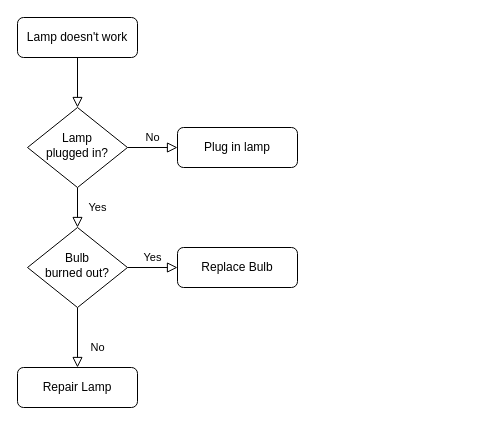
b3tcee/100-days-of-Code keeps this draw.io diagram as DayThree/Untitled Diagram.drawio. Above is the earlier version. Source tidied: cells renumbered, new cells numbered last; positions are measured from the earlier drawing's top-left corner, leaving out a move shared by most shapes. Both pictures are drawn from the tidied source at 100%, with x=0, y=0 at pixel (17, 17).
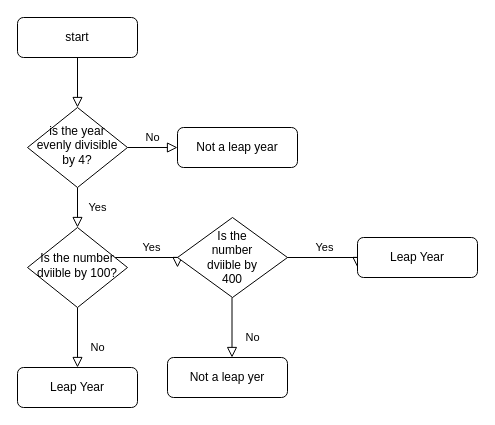
After the change.

What changed in the source:
```diff
@@
-    <mxCell id="3" value="Lamp doesn't work" style="rounded=1;whiteSpace=wrap;html=1;fontSize=12;glass=0;strokeWidth=1;shadow=0;" parent="1" vertex="1">
+    <mxCell id="3" value="start" style="rounded=1;whiteSpace=wrap;html=1;fontSize=12;glass=0;strokeWidth=1;shadow=0;" parent="1" vertex="1">
       <mxGeometry width="120" height="40" as="geometry" />
     </mxCell>
@@
-    <mxCell id="6" value="Lamp&lt;br&gt;plugged in?" style="rhombus;whiteSpace=wrap;html=1;shadow=0;fontFamily=Helvetica;fontSize=12;align=center;strokeWidth=1;spacing=6;spacingTop=-4;" parent="1" vertex="1">
+    <mxCell id="6" value="is the year evenly divisible by 4?" style="rhombus;whiteSpace=wrap;html=1;shadow=0;fontFamily=Helvetica;fontSize=12;align=center;strokeWidth=1;spacing=6;spacingTop=-4;" parent="1" vertex="1">
       <mxGeometry x="10" y="90" width="100" height="80" as="geometry" />
     </mxCell>
-    <mxCell id="7" value="Plug in lamp" style="rounded=1;whiteSpace=wrap;html=1;fontSize=12;glass=0;strokeWidth=1;shadow=0;" parent="1" vertex="1">
+    <mxCell id="7" value="Not a leap year" style="rounded=1;whiteSpace=wrap;html=1;fontSize=12;glass=0;strokeWidth=1;shadow=0;" parent="1" vertex="1">
       <mxGeometry x="160" y="110" width="120" height="40" as="geometry" />
     </mxCell>
@@
-    <mxCell id="9" value="Yes" style="edgeStyle=orthogonalEdgeStyle;rounded=0;html=1;jettySize=auto;fontSize=11;endArrow=block;endFill=0;endSize=8;strokeWidth=1;shadow=0;labelBackgroundColor=none;" parent="1" edge="1" source="10" target="12">
-      <mxGeometry y="10" relative="1" as="geometry" />
+    <mxCell id="9" value="Yes" style="edgeStyle=orthogonalEdgeStyle;rounded=0;html=1;jettySize=auto;fontSize=11;endArrow=block;endFill=0;endSize=8;strokeWidth=1;shadow=0;labelBackgroundColor=none;" parent="1" edge="1" source="10">
+      <mxGeometry y="10" relative="1" as="geometry">
+        <mxPoint x="160" y="250" as="targetPoint" />
+        <Array as="points">
+          <mxPoint x="90" y="240" />
+          <mxPoint x="90" y="240" />
+        </Array>
+      </mxGeometry>
     </mxCell>
-    <mxCell id="10" value="Bulb&lt;br&gt;burned out?" style="rhombus;whiteSpace=wrap;html=1;shadow=0;fontFamily=Helvetica;fontSize=12;align=center;strokeWidth=1;spacing=6;spacingTop=-4;" parent="1" vertex="1">
+    <mxCell id="10" value="Is the number dviible by 100?" style="rhombus;whiteSpace=wrap;html=1;shadow=0;fontFamily=Helvetica;fontSize=12;align=center;strokeWidth=1;spacing=6;spacingTop=-4;" parent="1" vertex="1">
       <mxGeometry x="10" y="210" width="100" height="80" as="geometry" />
     </mxCell>
-    <mxCell id="11" value="Repair Lamp" style="rounded=1;whiteSpace=wrap;html=1;fontSize=12;glass=0;strokeWidth=1;shadow=0;" parent="1" vertex="1">
+    <mxCell id="11" value="Leap Year" style="rounded=1;whiteSpace=wrap;html=1;fontSize=12;glass=0;strokeWidth=1;shadow=0;" parent="1" vertex="1">
       <mxGeometry y="350" width="120" height="40" as="geometry" />
     </mxCell>
-    <mxCell id="12" value="Replace Bulb" style="rounded=1;whiteSpace=wrap;html=1;fontSize=12;glass=0;strokeWidth=1;shadow=0;" parent="1" vertex="1">
-      <mxGeometry x="160" y="230" width="120" height="40" as="geometry" />
-    </mxCell>
+    <mxCell id="13" style="rhombus;whiteSpace=wrap;html=1;" parent="1" vertex="1">
+      <mxGeometry x="160" y="200" width="110" height="80" as="geometry" />
+    </mxCell>
+    <mxCell id="14" value="Is the number dviible by 400" style="text;html=1;strokeColor=none;fillColor=none;align=center;verticalAlign=middle;whiteSpace=wrap;rounded=0;" parent="1" vertex="1">
+      <mxGeometry x="185" y="225" width="60" height="30" as="geometry" />
+    </mxCell>
+    <mxCell id="15" value="No" style="rounded=0;html=1;jettySize=auto;orthogonalLoop=1;fontSize=11;endArrow=block;endFill=0;endSize=8;strokeWidth=1;shadow=0;labelBackgroundColor=none;edgeStyle=orthogonalEdgeStyle;" parent="1" edge="1">
+      <mxGeometry x="0.33" y="20" relative="1" as="geometry">
+        <mxPoint x="214.5" y="280" as="sourcePoint" />
+        <mxPoint x="214.5" y="340" as="targetPoint" />
+      </mxGeometry>
+    </mxCell>
+    <mxCell id="16" value="Not a leap yer" style="rounded=1;whiteSpace=wrap;html=1;fontSize=12;glass=0;strokeWidth=1;shadow=0;" parent="1" vertex="1">
+      <mxGeometry x="150" y="340" width="120" height="40" as="geometry" />
+    </mxCell>
+    <mxCell id="17" value="Yes" style="edgeStyle=orthogonalEdgeStyle;rounded=0;html=1;jettySize=auto;orthogonalLoop=1;fontSize=11;endArrow=block;endFill=0;endSize=8;strokeWidth=1;shadow=0;labelBackgroundColor=none;" parent="1" edge="1">
+      <mxGeometry y="10" relative="1" as="geometry">
+        <mxPoint x="277.5" y="240" as="sourcePoint" />
+        <mxPoint x="340" y="250" as="targetPoint" />
+        <Array as="points">
+          <mxPoint x="270" y="240" />
+          <mxPoint x="270" y="240" />
+        </Array>
+      </mxGeometry>
+    </mxCell>
+    <mxCell id="18" value="Leap Year" style="rounded=1;whiteSpace=wrap;html=1;fontSize=12;glass=0;strokeWidth=1;shadow=0;" parent="1" vertex="1">
+      <mxGeometry x="340" y="220" width="120" height="40" as="geometry" />
+    </mxCell>
```
